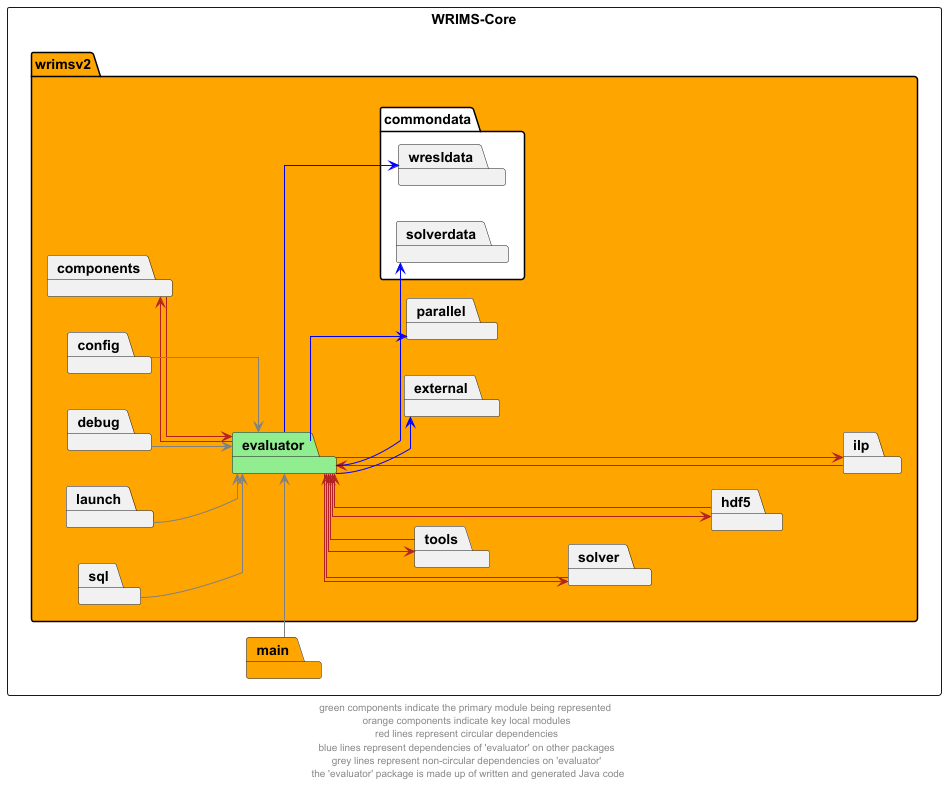
Before: docs/diagrams/wrims-core/wrims-core_evaluator.png, a diagram exported from PlantUML (CentralValleyModeling/wrims). Its diagram source:
```plantuml
@startuml
left to right direction
skinparam linetype ortho

rectangle wrims_core as "WRIMS-Core"{
    package wrimsv2  #orange {
        package evaluator #lightgreen
        package commondata #white {
                package wresldata
                package solverdata

        }
        package components
        package config
        package debug
        package external
        package launch
        package parallel
        package hdf5
        package ilp
        package solver
        package sql
        package tools

    }
package main #orange
}

evaluator --> components #firebrick
components -r-> evaluator #firebrick
evaluator --> hdf5 #firebrick
hdf5 --> evaluator  #firebrick
evaluator --> ilp #firebrick
ilp --> evaluator  #firebrick
evaluator --> solver #firebrick
solver -left-> evaluator  #firebrick
evaluator --> tools #firebrick
tools --> evaluator  #firebrick

evaluator --> external #blue
evaluator --> parallel #blue
evaluator --> solverdata #blue
evaluator --> wresldata #blue

config --> evaluator  #grey
debug --> evaluator  #grey
launch --> evaluator  #grey
sql --> evaluator  #grey
main -l-> evaluator  #grey

components -up[hidden]-> ilp
ilp -up[hidden]-> hdf5
hdf5 -up[hidden]-> solver
solver -up[hidden]-> tools

footer "green components indicate the primary module being represented \n orange components indicate key local modules \n red lines represent circular dependencies \n blue lines represent dependencies of 'evaluator' on other packages \n grey lines represent non-circular dependencies on 'evaluator' \n the 'evaluator' package is made up of written and generated Java code"
@enduml
```
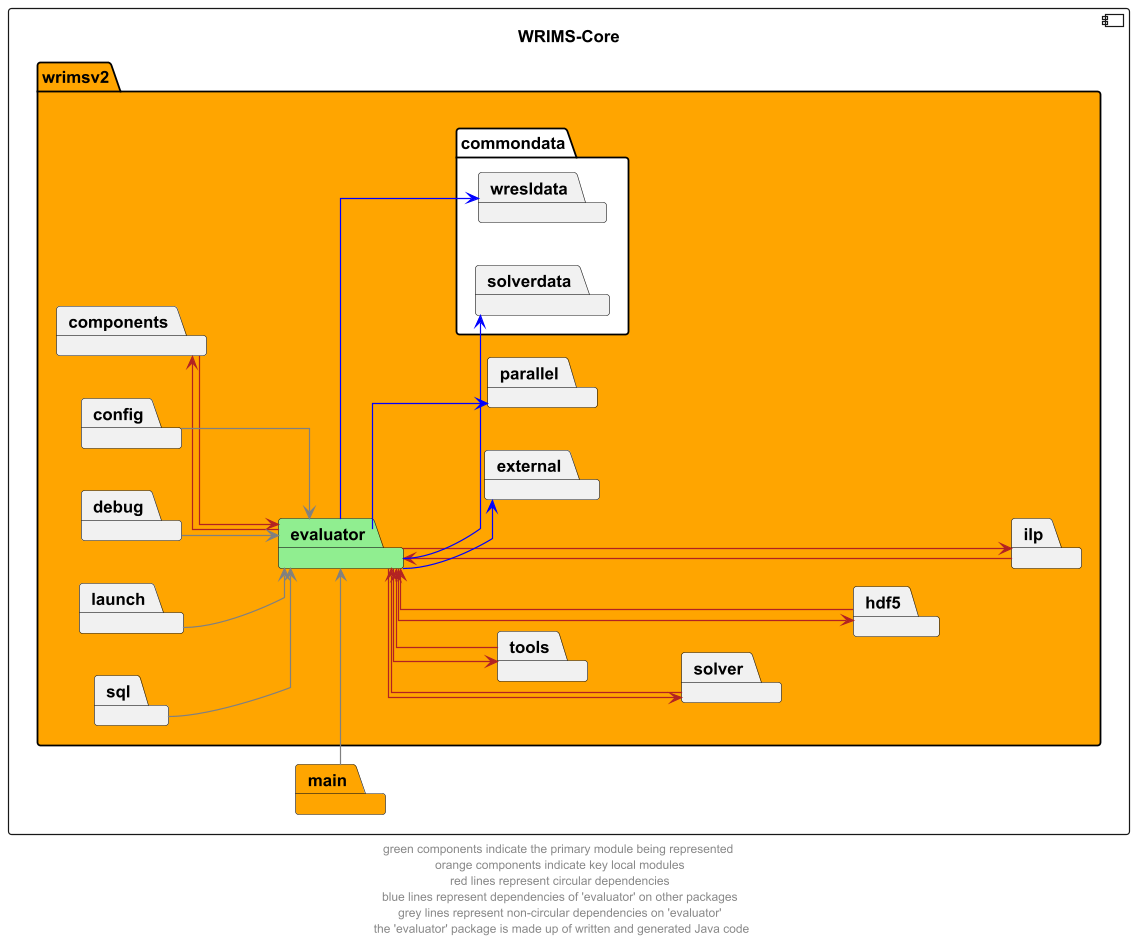
The same diagram one commit later.

Commit message:
Changed rectangle to component

What changed in the source:
```diff
@@ -2,7 +2,7 @@
 left to right direction
 skinparam linetype ortho
 
-rectangle wrims_core as "WRIMS-Core"{
+component wrims_core as "WRIMS-Core"{
     package wrimsv2  #orange {
         package evaluator #lightgreen
         package commondata #white {
```
